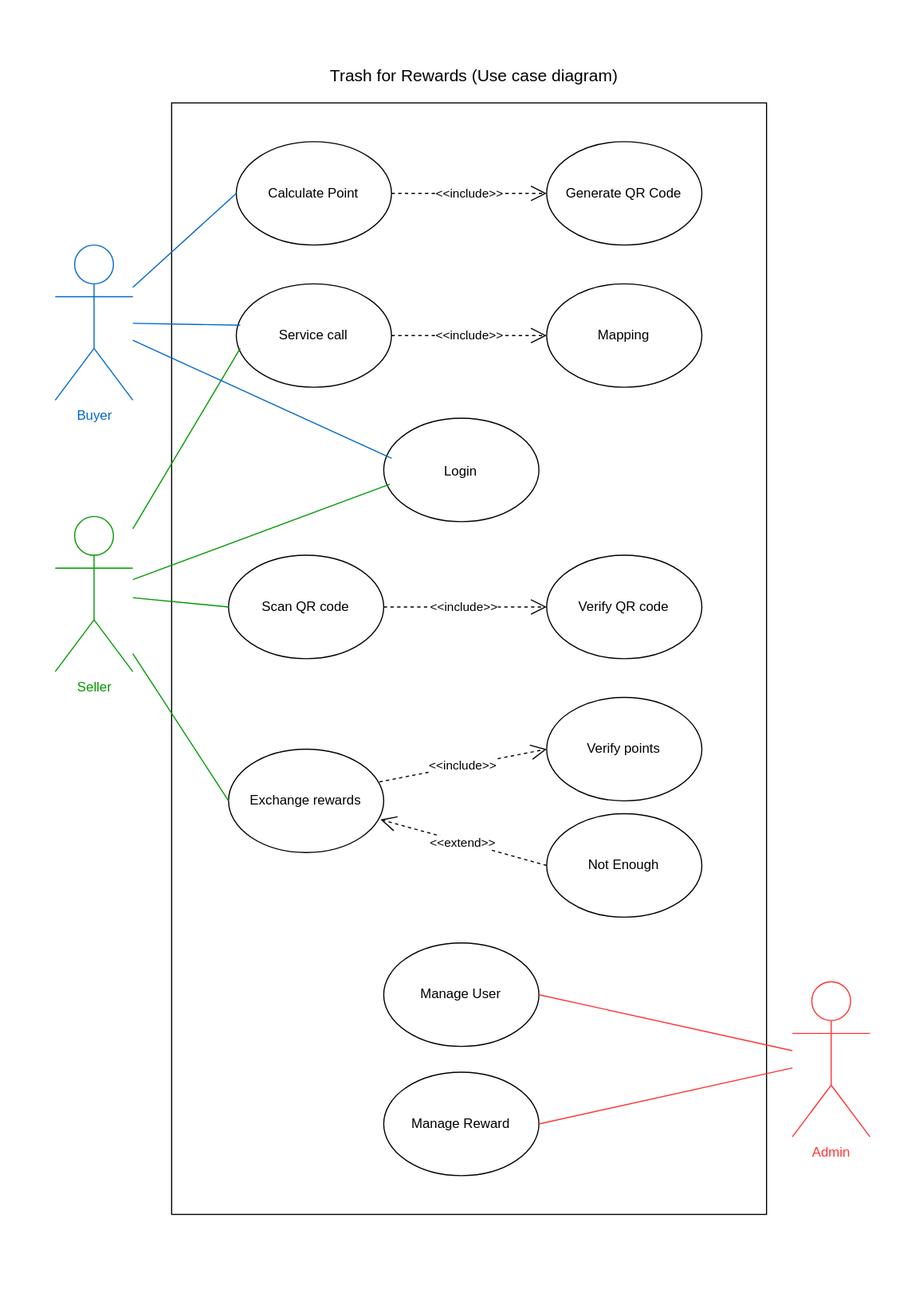
Above: usecase-diagram.svg in supxreal/All-diagrams (draw.io), before the change. Source tidied: cells renumbered, new cells last; positions are measured from the earlier drawing's top-left corner, leaving out a move shared by most shapes.
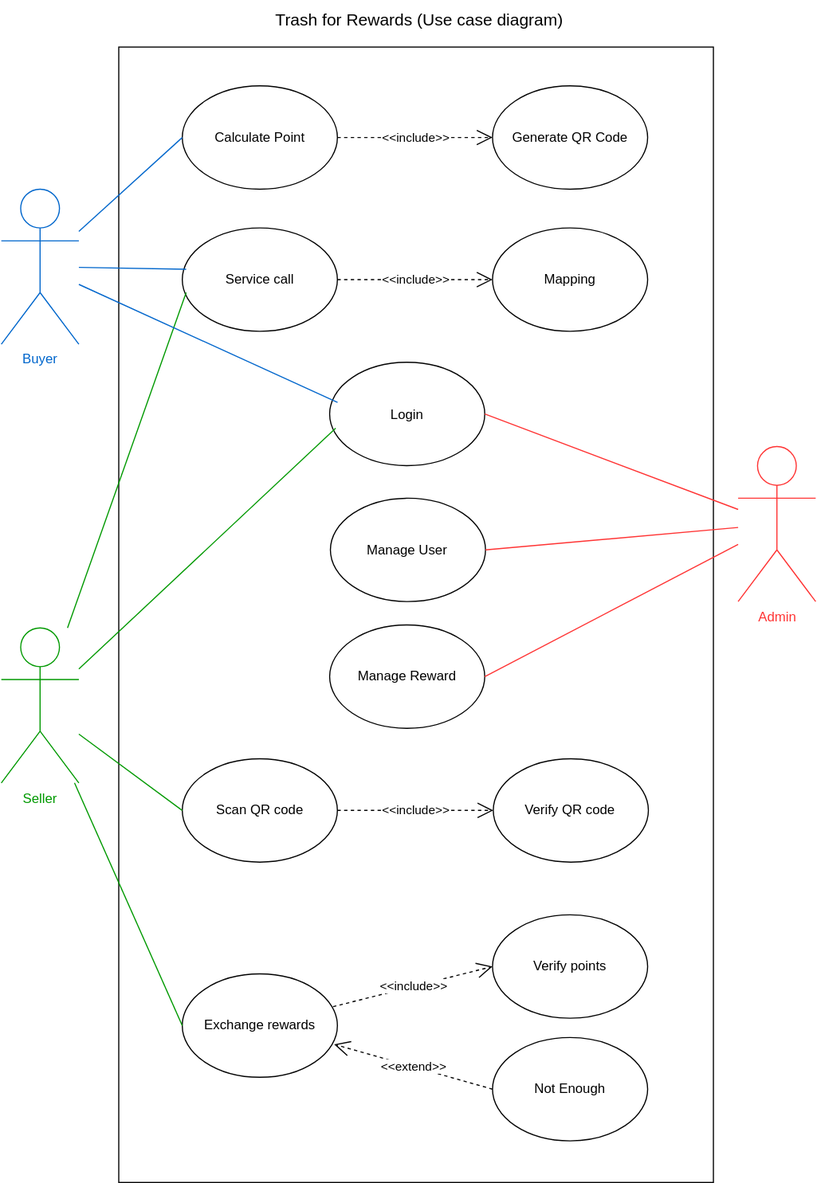
Later version of the same file.

Change to the diagram source:
```diff
@@ -2,101 +2,104 @@
   <root>
     <mxCell id="0" />
     <mxCell id="1" parent="0" />
-    <mxCell id="2" style="group;" parent="1" vertex="1">
-      <mxGeometry width="730" height="1038.2" as="geometry" />
-    </mxCell>
-    <mxCell id="3" style="rounded=0;whiteSpace=wrap;html=1;" parent="2" vertex="1">
-      <mxGeometry x="104.3" y="41.7" width="533" height="996.5" as="geometry" />
-    </mxCell>
+    <mxCell id="34" style="group;rounded=0;" parent="1" vertex="1">
+      <mxGeometry x="-2" y="1174" width="730" height="1060" as="geometry" />
+    </mxCell>
+    <mxCell id="35" style="rounded=0;whiteSpace=wrap;html=1;" parent="34" vertex="1">
+      <mxGeometry x="105.3" y="41.7" width="533" height="1018.3" as="geometry" />
+    </mxCell>
-    <mxCell id="4" value="Seller" style="shape=umlActor;verticalLabelPosition=bottom;verticalAlign=top;html=1;outlineConnect=0;fontColor=#009900;strokeColor=#009900;" parent="2" vertex="1">
-      <mxGeometry y="412.5" width="69.5" height="139" as="geometry" />
+    <mxCell id="4" value="Seller" style="shape=umlActor;verticalLabelPosition=bottom;verticalAlign=top;html=1;outlineConnect=0;fontColor=#009900;strokeColor=#009900;rounded=0;" parent="34" vertex="1">
+      <mxGeometry y="562.6" width="69.5" height="139" as="geometry" />
     </mxCell>
-    <mxCell id="5" value="Buyer" style="shape=umlActor;verticalLabelPosition=bottom;verticalAlign=top;html=1;outlineConnect=0;strokeColor=#0066CC;fontColor=#0066CC;" parent="2" vertex="1">
+    <mxCell id="5" value="Buyer" style="shape=umlActor;verticalLabelPosition=bottom;verticalAlign=top;html=1;outlineConnect=0;strokeColor=#0066CC;fontColor=#0066CC;rounded=0;" parent="34" vertex="1">
       <mxGeometry y="169.2" width="69.5" height="139" as="geometry" />
     </mxCell>
-    <mxCell id="6" value="Admin" style="shape=umlActor;verticalLabelPosition=bottom;verticalAlign=top;html=1;outlineConnect=0;strokeColor=#FF3333;fontColor=#FF3333;" parent="2" vertex="1">
-      <mxGeometry x="660.5" y="829.6" width="69.5" height="139" as="geometry" />
+    <mxCell id="6" value="Admin" style="shape=umlActor;verticalLabelPosition=bottom;verticalAlign=top;html=1;outlineConnect=0;strokeColor=#FF3333;fontColor=#FF3333;rounded=0;" parent="34" vertex="1">
+      <mxGeometry x="660.5" y="400" width="69.5" height="139" as="geometry" />
     </mxCell>
-    <mxCell id="7" value="Calculate Point" style="ellipse;whiteSpace=wrap;html=1;shapeInside=1;" parent="2" vertex="1">
+    <mxCell id="7" value="Calculate Point" style="ellipse;whiteSpace=wrap;html=1;shapeInside=1;rounded=0;" parent="34" vertex="1">
       <mxGeometry x="162.2" y="76.5" width="139" height="92.7" as="geometry" />
     </mxCell>
-    <mxCell id="8" value="Generate QR Code" style="ellipse;whiteSpace=wrap;html=1;shapeInside=1;" parent="2" vertex="1">
+    <mxCell id="8" value="Generate QR Code" style="ellipse;whiteSpace=wrap;html=1;shapeInside=1;rounded=0;" parent="34" vertex="1">
       <mxGeometry x="440.3" y="76.5" width="139" height="92.7" as="geometry" />
     </mxCell>
-    <mxCell id="9" value="Service call" style="ellipse;whiteSpace=wrap;html=1;shapeInside=1;" parent="2" vertex="1">
+    <mxCell id="9" value="Service call" style="ellipse;whiteSpace=wrap;html=1;shapeInside=1;rounded=0;" parent="34" vertex="1">
       <mxGeometry x="162.2" y="203.9" width="139" height="92.7" as="geometry" />
     </mxCell>
-    <mxCell id="10" value="Mapping" style="ellipse;whiteSpace=wrap;html=1;shapeInside=1;" parent="2" vertex="1">
+    <mxCell id="10" value="Mapping" style="ellipse;whiteSpace=wrap;html=1;shapeInside=1;rounded=0;" parent="34" vertex="1">
       <mxGeometry x="440.3" y="203.9" width="139" height="92.7" as="geometry" />
     </mxCell>
-    <mxCell id="11" value="Exchange rewards" style="ellipse;whiteSpace=wrap;html=1;shapeInside=1;" parent="2" vertex="1">
-      <mxGeometry x="155.3" y="621.1" width="139" height="92.7" as="geometry" />
+    <mxCell id="11" value="Exchange rewards" style="ellipse;whiteSpace=wrap;html=1;shapeInside=1;rounded=0;" parent="34" vertex="1">
+      <mxGeometry x="162.2" y="873" width="139" height="92.7" as="geometry" />
     </mxCell>
-    <mxCell id="12" value="Verify points" style="ellipse;whiteSpace=wrap;html=1;shapeInside=1;" parent="2" vertex="1">
-      <mxGeometry x="440.3" y="574.7" width="139" height="92.7" as="geometry" />
+    <mxCell id="12" value="Verify points" style="ellipse;whiteSpace=wrap;html=1;shapeInside=1;rounded=0;" parent="34" vertex="1">
+      <mxGeometry x="440.3" y="820" width="139" height="92.7" as="geometry" />
     </mxCell>
-    <mxCell id="13" value="Not Enough" style="ellipse;whiteSpace=wrap;html=1;shapeInside=1;" parent="2" vertex="1">
-      <mxGeometry x="440.3" y="679" width="139" height="92.7" as="geometry" />
+    <mxCell id="13" value="Not Enough" style="ellipse;whiteSpace=wrap;html=1;shapeInside=1;rounded=0;" parent="34" vertex="1">
+      <mxGeometry x="440.3" y="930" width="139" height="92.7" as="geometry" />
     </mxCell>
-    <mxCell id="14" value="Scan QR code" style="ellipse;whiteSpace=wrap;html=1;shapeInside=1;" parent="2" vertex="1">
-      <mxGeometry x="155.3" y="447.3" width="139" height="92.7" as="geometry" />
+    <mxCell id="14" value="Scan QR code" style="ellipse;whiteSpace=wrap;html=1;shapeInside=1;rounded=0;" parent="34" vertex="1">
+      <mxGeometry x="162.2" y="680" width="139" height="92.7" as="geometry" />
     </mxCell>
-    <mxCell id="15" style="endArrow=none;html=1;rounded=0;entryX=0;entryY=0.5;entryDx=0;entryDy=0;fontColor=#0066CC;strokeColor=#0066CC;" parent="2" edge="1" source="5" target="7">
+    <mxCell id="15" style="endArrow=none;html=1;rounded=0;entryX=0;entryY=0.5;entryDx=0;entryDy=0;fontColor=#0066CC;strokeColor=#0066CC;" parent="34" edge="1" source="5" target="7">
       <mxGeometry relative="1" as="geometry" />
     </mxCell>
-    <mxCell id="16" style="endArrow=none;html=1;rounded=0;entryX=0.025;entryY=0.4;entryDx=0;entryDy=0;entryPerimeter=0;fontColor=#0066CC;strokeColor=#0066CC;" parent="2" edge="1" source="5" target="9">
+    <mxCell id="16" style="endArrow=none;html=1;rounded=0;entryX=0.025;entryY=0.4;entryDx=0;entryDy=0;entryPerimeter=0;fontColor=#0066CC;strokeColor=#0066CC;" parent="34" edge="1" source="5" target="9">
       <mxGeometry relative="1" as="geometry" />
     </mxCell>
-    <mxCell id="17" value="&amp;lt;&amp;lt;include&amp;gt;&amp;gt;" style="endArrow=open;endSize=12;dashed=1;html=1;rounded=0;exitX=1;exitY=0.5;exitDx=0;exitDy=0;entryX=0;entryY=0.5;entryDx=0;entryDy=0;" parent="2" edge="1" source="7" target="8">
+    <mxCell id="17" value="&amp;lt;&amp;lt;include&amp;gt;&amp;gt;" style="endArrow=open;endSize=12;dashed=1;html=1;rounded=0;exitX=1;exitY=0.5;exitDx=0;exitDy=0;entryX=0;entryY=0.5;entryDx=0;entryDy=0;" parent="34" edge="1" source="7" target="8">
       <mxGeometry relative="1" as="geometry" />
     </mxCell>
-    <mxCell id="18" value="&amp;lt;&amp;lt;include&amp;gt;&amp;gt;" style="endArrow=open;endSize=12;dashed=1;html=1;rounded=0;exitX=1;exitY=0.5;exitDx=0;exitDy=0;entryX=0;entryY=0.5;entryDx=0;entryDy=0;" parent="2" edge="1" source="9" target="10">
+    <mxCell id="18" value="&amp;lt;&amp;lt;include&amp;gt;&amp;gt;" style="endArrow=open;endSize=12;dashed=1;html=1;rounded=0;exitX=1;exitY=0.5;exitDx=0;exitDy=0;entryX=0;entryY=0.5;entryDx=0;entryDy=0;" parent="34" edge="1" source="9" target="10">
       <mxGeometry relative="1" as="geometry" />
     </mxCell>
-    <mxCell id="19" value="&amp;lt;&amp;lt;include&amp;gt;&amp;gt;" style="endArrow=open;endSize=12;dashed=1;html=1;rounded=0;exitX=0.972;exitY=0.317;exitDx=0;exitDy=0;entryX=0;entryY=0.5;entryDx=0;entryDy=0;exitPerimeter=0;" parent="2" edge="1" source="11" target="12">
+    <mxCell id="19" value="&amp;lt;&amp;lt;include&amp;gt;&amp;gt;" style="endArrow=open;endSize=12;dashed=1;html=1;rounded=0;exitX=0.972;exitY=0.317;exitDx=0;exitDy=0;entryX=0;entryY=0.5;entryDx=0;entryDy=0;exitPerimeter=0;" parent="34" edge="1" source="11" target="12">
       <mxGeometry relative="1" as="geometry" />
     </mxCell>
-    <mxCell id="20" value="&amp;lt;&amp;lt;extend&amp;gt;&amp;gt;" style="endArrow=open;endSize=12;dashed=1;html=1;rounded=0;exitX=0;exitY=0.5;exitDx=0;exitDy=0;entryX=0.979;entryY=0.681;entryDx=0;entryDy=0;entryPerimeter=0;" parent="2" edge="1" source="13" target="11">
+    <mxCell id="20" value="&amp;lt;&amp;lt;extend&amp;gt;&amp;gt;" style="endArrow=open;endSize=12;dashed=1;html=1;rounded=0;exitX=0;exitY=0.5;exitDx=0;exitDy=0;entryX=0.979;entryY=0.681;entryDx=0;entryDy=0;entryPerimeter=0;" parent="34" edge="1" source="13" target="11">
       <mxGeometry relative="1" as="geometry" />
     </mxCell>
-    <mxCell id="21" value="Manage User" style="ellipse;whiteSpace=wrap;html=1;shapeInside=1;" parent="2" vertex="1">
-      <mxGeometry x="294.3" y="794.9" width="139" height="92.7" as="geometry" />
+    <mxCell id="21" value="Manage User" style="ellipse;whiteSpace=wrap;html=1;shapeInside=1;rounded=0;" parent="34" vertex="1">
+      <mxGeometry x="295" y="446.3" width="139" height="92.7" as="geometry" />
     </mxCell>
-    <mxCell id="22" style="endArrow=none;html=1;rounded=0;entryX=0.025;entryY=0.625;entryDx=0;entryDy=0;entryPerimeter=0;strokeColor=#009900;" parent="2" edge="1" source="4" target="9">
+    <mxCell id="22" style="endArrow=none;html=1;rounded=0;entryX=0.025;entryY=0.625;entryDx=0;entryDy=0;entryPerimeter=0;strokeColor=#009900;" parent="34" edge="1" source="4" target="9">
       <mxGeometry relative="1" as="geometry" />
     </mxCell>
-    <mxCell id="23" style="endArrow=none;html=1;rounded=0;entryX=0;entryY=0.5;entryDx=0;entryDy=0;strokeColor=#009900;" parent="2" edge="1" source="4" target="11">
+    <mxCell id="23" style="endArrow=none;html=1;rounded=0;entryX=0;entryY=0.5;entryDx=0;entryDy=0;strokeColor=#009900;" parent="34" edge="1" source="4" target="11">
       <mxGeometry relative="1" as="geometry" />
     </mxCell>
-    <mxCell id="24" style="endArrow=none;html=1;rounded=0;entryX=0;entryY=0.5;entryDx=0;entryDy=0;strokeColor=#009900;" parent="2" edge="1" source="4" target="14">
+    <mxCell id="24" style="endArrow=none;html=1;rounded=0;entryX=0;entryY=0.5;entryDx=0;entryDy=0;strokeColor=#009900;" parent="34" edge="1" source="4" target="14">
       <mxGeometry relative="1" as="geometry" />
     </mxCell>
-    <mxCell id="25" value="Manage Reward" style="ellipse;whiteSpace=wrap;html=1;shapeInside=1;" parent="2" vertex="1">
-      <mxGeometry x="294.3" y="910.8" width="139" height="92.7" as="geometry" />
+    <mxCell id="25" value="Manage Reward" style="ellipse;whiteSpace=wrap;html=1;shapeInside=1;rounded=0;" parent="34" vertex="1">
+      <mxGeometry x="294.3" y="560" width="139" height="92.7" as="geometry" />
     </mxCell>
-    <mxCell id="26" style="endArrow=none;html=1;rounded=0;strokeColor=#FF3333;exitX=1;exitY=0.5;exitDx=0;exitDy=0;" parent="2" edge="1" source="21" target="6">
+    <mxCell id="26" style="endArrow=none;html=1;rounded=0;strokeColor=#FF3333;exitX=1;exitY=0.5;exitDx=0;exitDy=0;" parent="34" edge="1" source="21" target="6">
       <mxGeometry relative="1" as="geometry" />
     </mxCell>
-    <mxCell id="27" style="endArrow=none;html=1;rounded=0;strokeColor=#FF3333;exitX=1;exitY=0.5;exitDx=0;exitDy=0;" parent="2" edge="1" source="25" target="6">
+    <mxCell id="27" style="endArrow=none;html=1;rounded=0;strokeColor=#FF3333;exitX=1;exitY=0.5;exitDx=0;exitDy=0;" parent="34" edge="1" source="25" target="6">
       <mxGeometry relative="1" as="geometry" />
     </mxCell>
-    <mxCell id="28" value="Login" style="ellipse;whiteSpace=wrap;html=1;shapeInside=1;" parent="2" vertex="1">
+    <mxCell id="28" value="Login" style="ellipse;whiteSpace=wrap;html=1;shapeInside=1;rounded=0;" parent="34" vertex="1">
       <mxGeometry x="294.3" y="324.4" width="139" height="92.7" as="geometry" />
     </mxCell>
-    <mxCell id="29" style="endArrow=none;html=1;rounded=0;entryX=0.039;entryY=0.638;entryDx=0;entryDy=0;entryPerimeter=0;strokeColor=#009900;" parent="2" edge="1" source="4" target="28">
+    <mxCell id="29" style="endArrow=none;html=1;rounded=0;entryX=0.039;entryY=0.638;entryDx=0;entryDy=0;entryPerimeter=0;strokeColor=#009900;" parent="34" edge="1" source="4" target="28">
       <mxGeometry relative="1" as="geometry" />
     </mxCell>
-    <mxCell id="30" style="endArrow=none;html=1;rounded=0;entryX=0.051;entryY=0.388;entryDx=0;entryDy=0;entryPerimeter=0;fontColor=#0066CC;strokeColor=#0066CC;" parent="2" edge="1" source="5" target="28">
+    <mxCell id="30" style="endArrow=none;html=1;rounded=0;entryX=0.051;entryY=0.388;entryDx=0;entryDy=0;entryPerimeter=0;fontColor=#0066CC;strokeColor=#0066CC;" parent="34" edge="1" source="5" target="28">
       <mxGeometry relative="1" as="geometry" />
     </mxCell>
-    <mxCell id="31" value="Verify QR code" style="ellipse;whiteSpace=wrap;html=1;shapeInside=1;" parent="2" vertex="1">
-      <mxGeometry x="440.3" y="447.3" width="139" height="92.7" as="geometry" />
+    <mxCell id="31" value="Verify QR code" style="ellipse;whiteSpace=wrap;html=1;shapeInside=1;rounded=0;" parent="34" vertex="1">
+      <mxGeometry x="441" y="680" width="139" height="92.7" as="geometry" />
     </mxCell>
-    <mxCell id="32" value="&amp;lt;&amp;lt;include&amp;gt;&amp;gt;" style="endArrow=open;endSize=12;dashed=1;html=1;rounded=0;exitX=1;exitY=0.5;exitDx=0;exitDy=0;entryX=0;entryY=0.5;entryDx=0;entryDy=0;" parent="2" edge="1" source="14" target="31">
+    <mxCell id="32" value="&amp;lt;&amp;lt;include&amp;gt;&amp;gt;" style="endArrow=open;endSize=12;dashed=1;html=1;rounded=0;exitX=1;exitY=0.5;exitDx=0;exitDy=0;entryX=0;entryY=0.5;entryDx=0;entryDy=0;" parent="34" edge="1" source="14" target="31">
       <mxGeometry relative="1" as="geometry" />
     </mxCell>
-    <mxCell id="33" value="Trash for Rewards (Use case diagram)" style="text;html=1;whiteSpace=wrap;strokeColor=none;fillColor=none;align=center;verticalAlign=middle;rounded=0;fontSize=15;fontStyle=0;" parent="2" vertex="1">
+    <mxCell id="33" value="Trash for Rewards (Use case diagram)" style="text;html=1;whiteSpace=wrap;strokeColor=none;fillColor=none;align=center;verticalAlign=middle;rounded=0;fontSize=15;fontStyle=0;" parent="34" vertex="1">
       <mxGeometry x="216.7" width="317.5" height="34.8" as="geometry" />
     </mxCell>
+    <mxCell id="36" style="endArrow=none;html=1;rounded=0;strokeColor=#FF3333;exitX=1;exitY=0.5;exitDx=0;exitDy=0;" parent="34" edge="1" source="28" target="6">
+      <mxGeometry relative="1" as="geometry" />
+    </mxCell>
   </root>
 </mxGraphModel>
```
